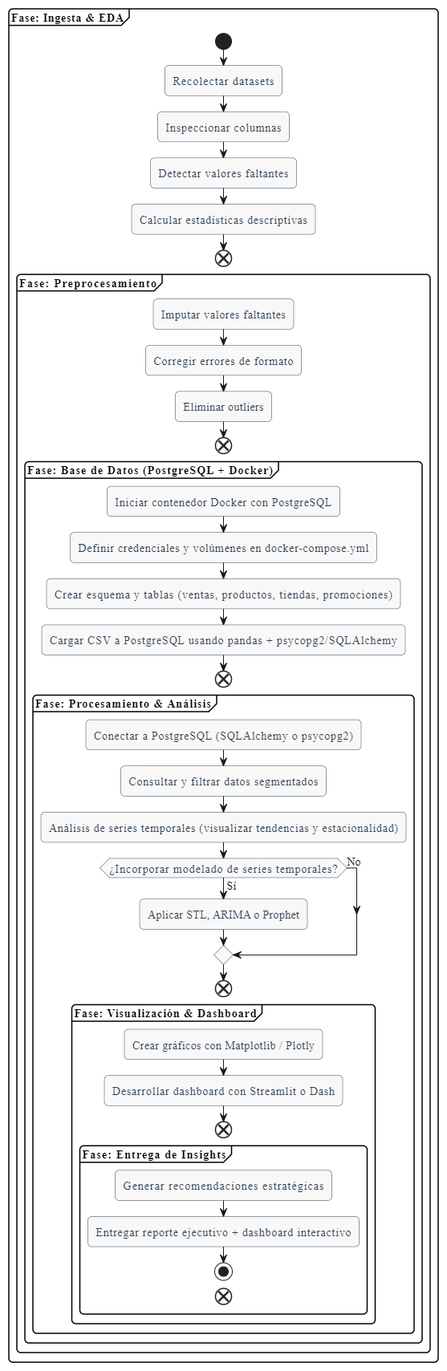
Before: docs/images/activity_diagram.png, a diagram exported from PlantUML (Ares-Infenus/Retail_Sales_Trend_Analysis). Its source is kept beside it as docs/diagrams/activity_diagram.puml.
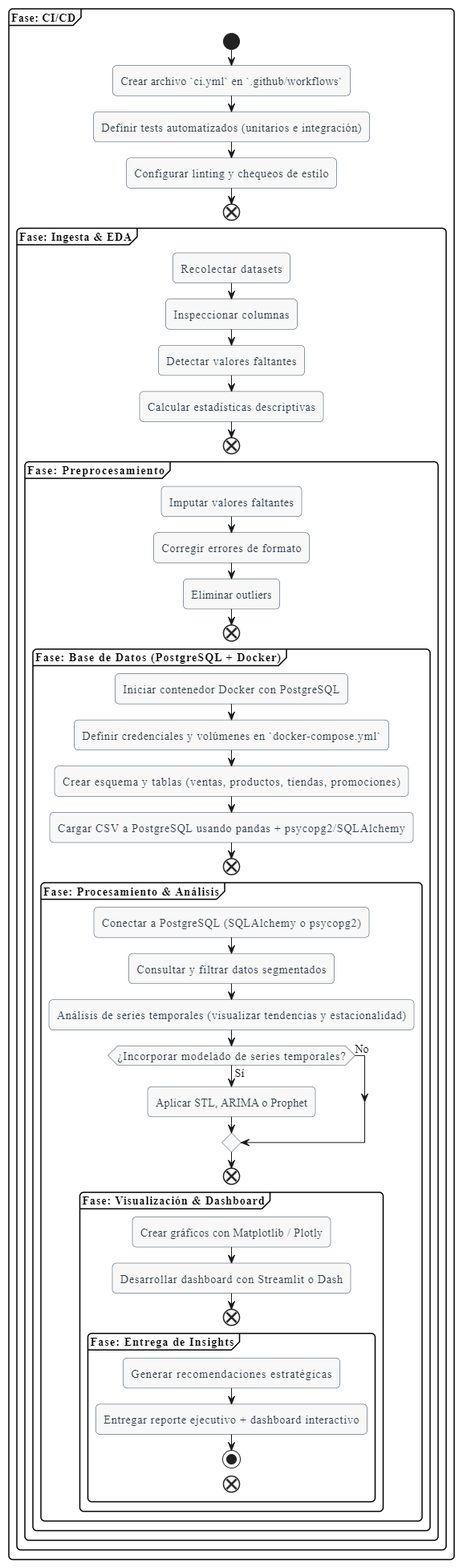
Above is the later version.

Commit message:
feat(diagramas): actualizar diagramas de actividades y paquetes para incluir el proceso de integración y despliegue continuo (I/CD) con GitHub Actions para testeo

The edit, as a diff of the source:
```diff
@@ -11,8 +11,14 @@
 skinparam roundCorner 10
 skinparam shadowing false
 
+group **Fase: CI/CD**
+  start
+  :Crear archivo `ci.yml` en `.github/workflows`;
+  :Definir tests automatizados (unitarios e integración);
+  :Configurar linting y chequeos de estilo;
+end
+
 group **Fase: Ingesta & EDA**
-  start
   :Recolectar datasets;
   :Inspeccionar columnas;
   :Detectar valores faltantes;
@@ -27,7 +33,7 @@
 
 group **Fase: Base de Datos (PostgreSQL + Docker)**
   :Iniciar contenedor Docker con PostgreSQL;
-  :Definir credenciales y volúmenes en docker-compose.yml;
+  :Definir credenciales y volúmenes en `docker-compose.yml`;
   :Crear esquema y tablas (ventas, productos, tiendas, promociones);
   :Cargar CSV a PostgreSQL usando pandas + psycopg2/SQLAlchemy;
 end
```
